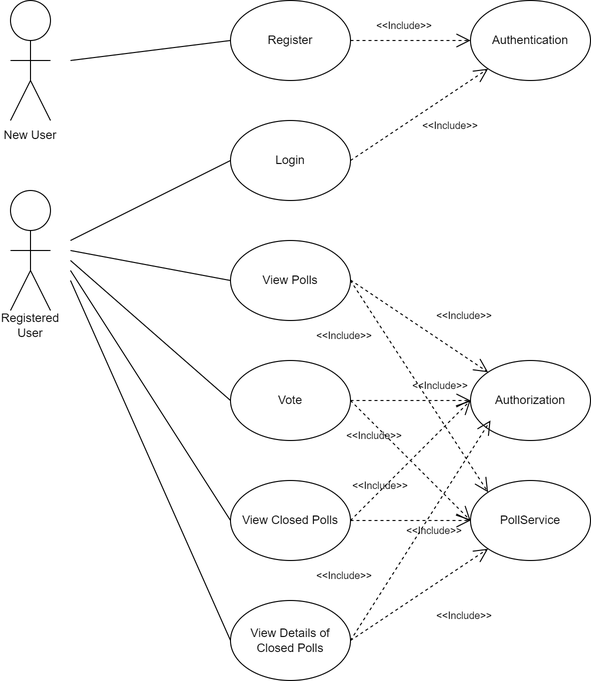
Earlier version of the draw.io export FelhEsetek.png (GaborSzucs98/ASPNETVote). Source tidied: cells renumbered, new cells last; positions are measured from the earlier drawing's top-left corner, leaving out a move shared by most shapes.
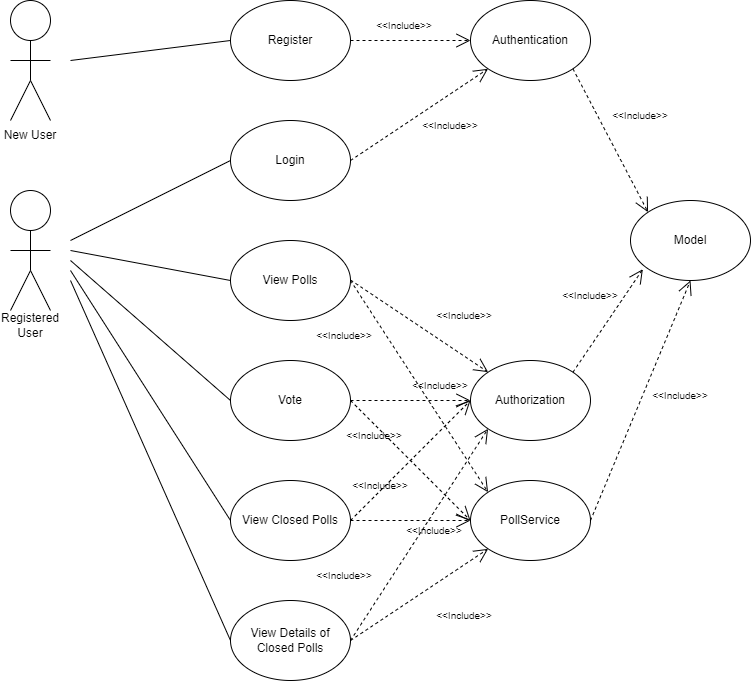
Later version of the same file.

The edit, as a diff of the source:
```diff
@@ -150,10 +150,8 @@
         <mxPoint x="470" y="400" as="targetPoint" />
       </mxGeometry>
     </mxCell>
-    <mxCell id="38" value="&lt;span style=&quot;font-size: 10px;&quot;&gt;&lt;br&gt;&lt;/span&gt;" style="endArrow=open;endSize=12;dashed=1;html=1;rounded=0;exitX=1;exitY=0.5;exitDx=0;exitDy=0;fontSize=21;" parent="1" edge="1" source="28">
-      <mxGeometry x="-0.59" y="27" relative="1" as="geometry">
-        <mxPoint x="490" y="420" as="targetPoint" />
-      </mxGeometry>
+    <mxCell id="38" value="&lt;span style=&quot;font-size: 10px;&quot;&gt;&lt;br&gt;&lt;/span&gt;" style="endArrow=open;endSize=12;dashed=1;html=1;rounded=0;exitX=1;exitY=0.5;exitDx=0;exitDy=0;fontSize=21;entryX=0;entryY=1;entryDx=0;entryDy=0;" parent="1" edge="1" source="28" target="31">
+      <mxGeometry x="-0.59" y="27" relative="1" as="geometry" />
     </mxCell>
     <mxCell id="39" style="endArrow=open;endSize=12;dashed=1;html=1;rounded=0;exitX=1;exitY=0.5;exitDx=0;exitDy=0;fontSize=21;" parent="1" edge="1" source="28" target="32">
       <mxGeometry x="0.44" y="-19" relative="1" as="geometry" />
@@ -197,5 +195,26 @@
     <mxCell id="52" value="&amp;lt;&amp;lt;Include&amp;gt;&amp;gt;" style="text;html=1;strokeColor=none;fillColor=none;align=center;verticalAlign=middle;whiteSpace=wrap;rounded=0;fontSize=10;" parent="1" vertex="1">
       <mxGeometry x="410" y="370" width="60" height="30" as="geometry" />
     </mxCell>
+    <mxCell id="53" value="Model" style="ellipse;whiteSpace=wrap;html=1;align=center;" parent="1" vertex="1">
+      <mxGeometry x="630" y="200" width="120" height="80" as="geometry" />
+    </mxCell>
+    <mxCell id="54" style="endArrow=open;endSize=12;dashed=1;html=1;rounded=0;exitX=1;exitY=1;exitDx=0;exitDy=0;fontSize=21;entryX=0;entryY=0;entryDx=0;entryDy=0;" parent="1" edge="1" source="30" target="53">
+      <mxGeometry x="-0.19" y="28" relative="1" as="geometry" />
+    </mxCell>
+    <mxCell id="55" style="endArrow=open;endSize=12;dashed=1;html=1;rounded=0;exitX=1;exitY=0;exitDx=0;exitDy=0;fontSize=21;entryX=0.103;entryY=0.858;entryDx=0;entryDy=0;entryPerimeter=0;" parent="1" edge="1" source="31" target="53">
+      <mxGeometry x="-0.19" y="28" relative="1" as="geometry" />
+    </mxCell>
+    <mxCell id="56" style="endArrow=open;endSize=12;dashed=1;html=1;rounded=0;exitX=1;exitY=0.5;exitDx=0;exitDy=0;fontSize=21;entryX=0.5;entryY=1;entryDx=0;entryDy=0;" parent="1" edge="1" source="32" target="53">
+      <mxGeometry x="-0.19" y="28" relative="1" as="geometry" />
+    </mxCell>
+    <mxCell id="57" value="&amp;lt;&amp;lt;Include&amp;gt;&amp;gt;" style="text;html=1;strokeColor=none;fillColor=none;align=center;verticalAlign=middle;whiteSpace=wrap;rounded=0;fontSize=10;" parent="1" vertex="1">
+      <mxGeometry x="560" y="280" width="60" height="30" as="geometry" />
+    </mxCell>
+    <mxCell id="58" value="&amp;lt;&amp;lt;Include&amp;gt;&amp;gt;" style="text;html=1;strokeColor=none;fillColor=none;align=center;verticalAlign=middle;whiteSpace=wrap;rounded=0;fontSize=10;" parent="1" vertex="1">
+      <mxGeometry x="650" y="380" width="60" height="30" as="geometry" />
+    </mxCell>
+    <mxCell id="59" value="&amp;lt;&amp;lt;Include&amp;gt;&amp;gt;" style="text;html=1;strokeColor=none;fillColor=none;align=center;verticalAlign=middle;whiteSpace=wrap;rounded=0;fontSize=10;" parent="1" vertex="1">
+      <mxGeometry x="610" y="100" width="60" height="30" as="geometry" />
+    </mxCell>
   </root>
 </mxGraphModel>
```
